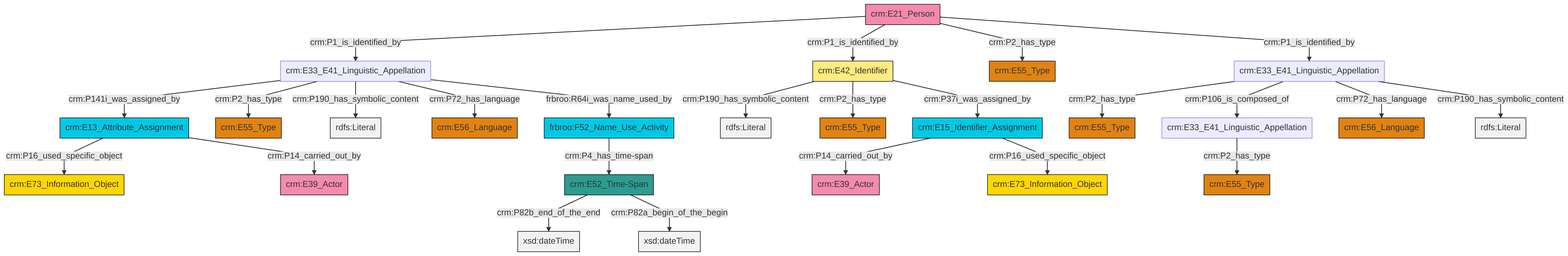
Earlier version of the Mermaid export et/personCSV/ttl/mmd/png/Person_Names_and_Classification.png (swiss-art-research-net/reference-data-models). Its source is kept beside it as et/personCSV/ttl/mmd/Person_Names_and_Classification.ttl.mmd.
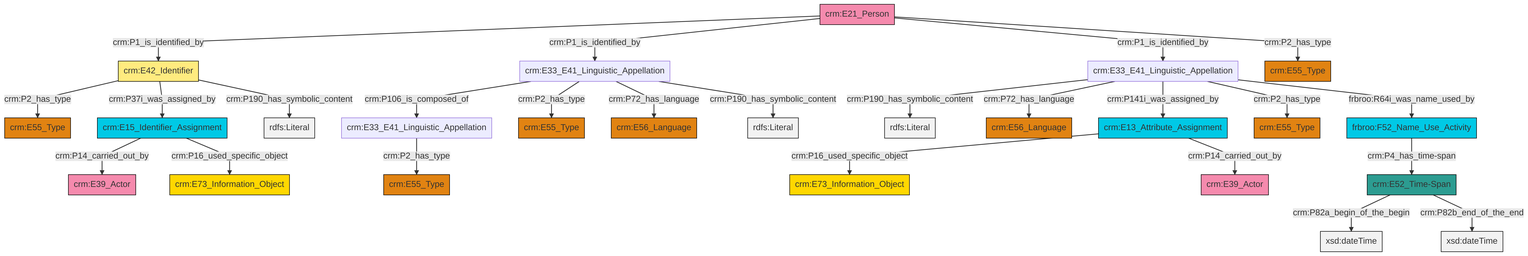
Later version of the same file.

Diff of the diagram source:
```diff
@@ -13,27 +13,27 @@
 classDef PC_Classes fill:#4ce600, stroke:#000000;
 classDef Multi fill:#cccccc,stroke:#000000;
 
-0["crm:E52_Time-Span"]:::Time-Span -->|crm:P82b_end_of_the_end| 1[xsd:dateTime]:::Literal
-4["crm:E33_E41_Linguistic_Appellation"]:::Default -->|crm:P2_has_type| 5["crm:E55_Type"]:::Type
-9["crm:E21_Person"]:::Actor -->|crm:P1_is_identified_by| 10["crm:E33_E41_Linguistic_Appellation"]:::Default
-10["crm:E33_E41_Linguistic_Appellation"]:::Default -->|crm:P141i_was_assigned_by| 11["crm:E13_Attribute_Assignment"]:::Temporal_Entity
-9["crm:E21_Person"]:::Actor -->|crm:P1_is_identified_by| 7["crm:E42_Identifier"]:::Appellation
-10["crm:E33_E41_Linguistic_Appellation"]:::Default -->|crm:P2_has_type| 13["crm:E55_Type"]:::Type
-7["crm:E42_Identifier"]:::Appellation -->|crm:P190_has_symbolic_content| 14[rdfs:Literal]:::Literal
-11["crm:E13_Attribute_Assignment"]:::Temporal_Entity -->|crm:P16_used_specific_object| 15["crm:E73_Information_Object"]:::Conceptual_Object
-9["crm:E21_Person"]:::Actor -->|crm:P2_has_type| 20["crm:E55_Type"]:::Type
-21["crm:E15_Identifier_Assignment"]:::Temporal_Entity -->|crm:P14_carried_out_by| 2["crm:E39_Actor"]:::Actor
-10["crm:E33_E41_Linguistic_Appellation"]:::Default -->|crm:P190_has_symbolic_content| 24[rdfs:Literal]:::Literal
-25["crm:E33_E41_Linguistic_Appellation"]:::Default -->|crm:P2_has_type| 27["crm:E55_Type"]:::Type
-7["crm:E42_Identifier"]:::Appellation -->|crm:P2_has_type| 33["crm:E55_Type"]:::Type
-25["crm:E33_E41_Linguistic_Appellation"]:::Default -->|crm:P106_is_composed_of| 4["crm:E33_E41_Linguistic_Appellation"]:::Default
-11["crm:E13_Attribute_Assignment"]:::Temporal_Entity -->|crm:P14_carried_out_by| 22["crm:E39_Actor"]:::Actor
-31["frbroo:F52_Name_Use_Activity"]:::Temporal_Entity -->|crm:P4_has_time-span| 0["crm:E52_Time-Span"]:::Time-Span
-9["crm:E21_Person"]:::Actor -->|crm:P1_is_identified_by| 25["crm:E33_E41_Linguistic_Appellation"]:::Default
-0["crm:E52_Time-Span"]:::Time-Span -->|crm:P82a_begin_of_the_begin| 37[xsd:dateTime]:::Literal
-25["crm:E33_E41_Linguistic_Appellation"]:::Default -->|crm:P72_has_language| 28["crm:E56_Language"]:::Type
-7["crm:E42_Identifier"]:::Appellation -->|crm:P37i_was_assigned_by| 21["crm:E15_Identifier_Assignment"]:::Temporal_Entity
-10["crm:E33_E41_Linguistic_Appellation"]:::Default -->|crm:P72_has_language| 17["crm:E56_Language"]:::Type
-21["crm:E15_Identifier_Assignment"]:::Temporal_Entity -->|crm:P16_used_specific_object| 42["crm:E73_Information_Object"]:::Conceptual_Object
-10["crm:E33_E41_Linguistic_Appellation"]:::Default -->|frbroo:R64i_was_name_used_by| 31["frbroo:F52_Name_Use_Activity"]:::Temporal_Entity
-25["crm:E33_E41_Linguistic_Appellation"]:::Default -->|crm:P190_has_symbolic_content| 46[rdfs:Literal]:::Literal
+0["crm:E52_Time-Span"]:::Time-Span -->|crm:P82a_begin_of_the_begin| 1[xsd:dateTime]:::Literal
+2["crm:E13_Attribute_Assignment"]:::Temporal_Entity -->|crm:P16_used_specific_object| 3["crm:E73_Information_Object"]:::Conceptual_Object
+6["crm:E33_E41_Linguistic_Appellation"]:::Default -->|crm:P190_has_symbolic_content| 7[rdfs:Literal]:::Literal
+8["crm:E21_Person"]:::Actor -->|crm:P1_is_identified_by| 9["crm:E42_Identifier"]:::Appellation
+6["crm:E33_E41_Linguistic_Appellation"]:::Default -->|crm:P72_has_language| 11["crm:E56_Language"]:::Type
+14["crm:E15_Identifier_Assignment"]:::Temporal_Entity -->|crm:P14_carried_out_by| 15["crm:E39_Actor"]:::Actor
+0["crm:E52_Time-Span"]:::Time-Span -->|crm:P82b_end_of_the_end| 18[xsd:dateTime]:::Literal
+8["crm:E21_Person"]:::Actor -->|crm:P1_is_identified_by| 19["crm:E33_E41_Linguistic_Appellation"]:::Default
+14["crm:E15_Identifier_Assignment"]:::Temporal_Entity -->|crm:P16_used_specific_object| 20["crm:E73_Information_Object"]:::Conceptual_Object
+19["crm:E33_E41_Linguistic_Appellation"]:::Default -->|crm:P106_is_composed_of| 25["crm:E33_E41_Linguistic_Appellation"]:::Default
+6["crm:E33_E41_Linguistic_Appellation"]:::Default -->|crm:P141i_was_assigned_by| 2["crm:E13_Attribute_Assignment"]:::Temporal_Entity
+26["frbroo:F52_Name_Use_Activity"]:::Temporal_Entity -->|crm:P4_has_time-span| 0["crm:E52_Time-Span"]:::Time-Span
+9["crm:E42_Identifier"]:::Appellation -->|crm:P2_has_type| 23["crm:E55_Type"]:::Type
+19["crm:E33_E41_Linguistic_Appellation"]:::Default -->|crm:P2_has_type| 27["crm:E55_Type"]:::Type
+25["crm:E33_E41_Linguistic_Appellation"]:::Default -->|crm:P2_has_type| 12["crm:E55_Type"]:::Type
+6["crm:E33_E41_Linguistic_Appellation"]:::Default -->|crm:P2_has_type| 29["crm:E55_Type"]:::Type
+19["crm:E33_E41_Linguistic_Appellation"]:::Default -->|crm:P72_has_language| 4["crm:E56_Language"]:::Type
+8["crm:E21_Person"]:::Actor -->|crm:P1_is_identified_by| 6["crm:E33_E41_Linguistic_Appellation"]:::Default
+9["crm:E42_Identifier"]:::Appellation -->|crm:P37i_was_assigned_by| 14["crm:E15_Identifier_Assignment"]:::Temporal_Entity
+19["crm:E33_E41_Linguistic_Appellation"]:::Default -->|crm:P190_has_symbolic_content| 35[rdfs:Literal]:::Literal
+8["crm:E21_Person"]:::Actor -->|crm:P2_has_type| 21["crm:E55_Type"]:::Type
+2["crm:E13_Attribute_Assignment"]:::Temporal_Entity -->|crm:P14_carried_out_by| 37["crm:E39_Actor"]:::Actor
+6["crm:E33_E41_Linguistic_Appellation"]:::Default -->|frbroo:R64i_was_name_used_by| 26["frbroo:F52_Name_Use_Activity"]:::Temporal_Entity
+9["crm:E42_Identifier"]:::Appellation -->|crm:P190_has_symbolic_content| 44[rdfs:Literal]:::Literal
```
